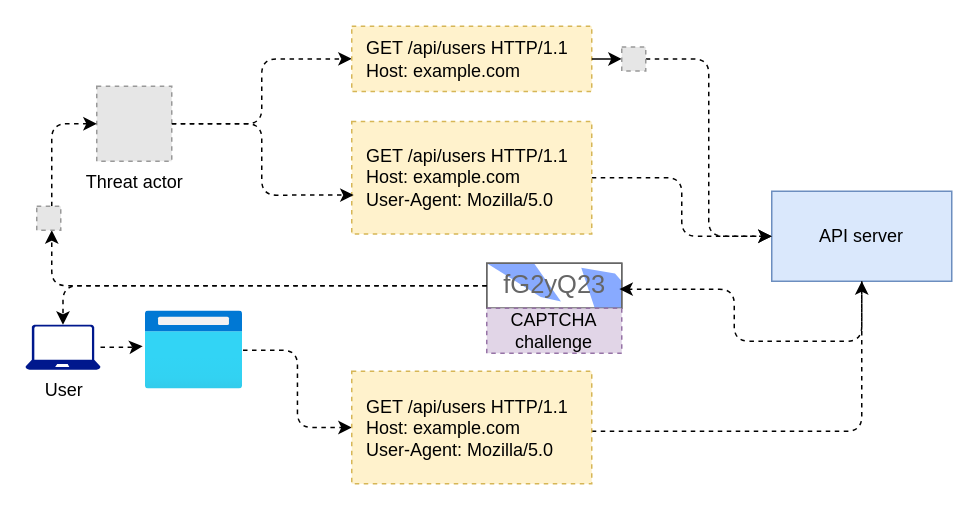
This is page "Page-20" (20 of 20) of ch04.drawio from abunuwas/api-sec-book-imgs, a draw.io file, before an edit. Source tidied: cells renumbered, new cells numbered last; positions are measured from the earlier drawing's top-left corner, leaving out a move shared by most shapes. Both pictures are drawn from the tidied source at 150%, with x=0, y=0 at pixel (24, 26). Pictures stored in the file or linked from it are replaced by grey dashed boxes.
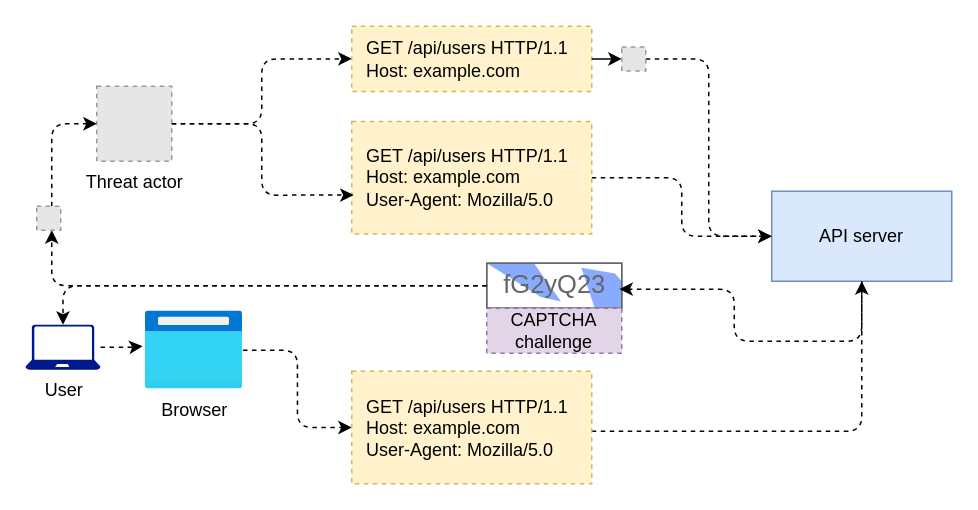
The same diagram, later.

The edit, as a diff of the source:
```diff
@@
-    <mxCell id="6" style="image;html=1;points=[];align=center;fontSize=12;image=img/lib/azure2/general/Browser.svg;" parent="1" vertex="1">
+    <mxCell id="6" value="Browser" style="image;html=1;points=[];align=center;fontSize=12;image=img/lib/azure2/general/Browser.svg;" parent="1" vertex="1">
       <mxGeometry x="80.5" y="190" width="65" height="52" as="geometry" />
     </mxCell>
```
